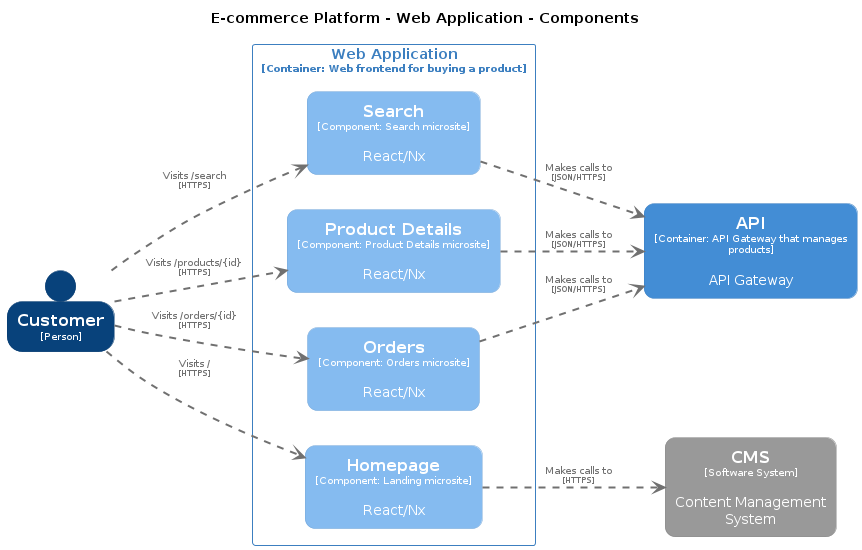
The PlantUML diagram docs/structurizr-Web-Application-Component.png in matteus6007/c4-models-structurizr, before a commit.
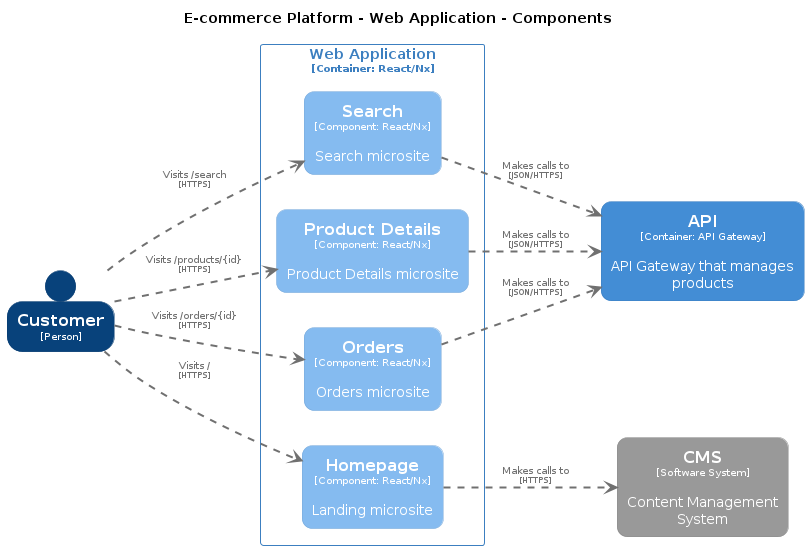
After the change.

The edit, as a diff of the source:
```diff
@@ -69,13 +69,13 @@
 
 rectangle "==CMS\n<size:10>[Software System]</size>\n\nContent Management System" <<CMS>> as CMS
 person "==Customer\n<size:10>[Person]</size>" <<Customer>> as Customer
-rectangle "==API\n<size:10>[Container: API Gateway that manages products]</size>\n\nAPI Gateway" <<EcommercePlatform.API>> as EcommercePlatform.API
+rectangle "==API\n<size:10>[Container: API Gateway]</size>\n\nAPI Gateway that manages products" <<EcommercePlatform.API>> as EcommercePlatform.API
 
-rectangle "Web Application\n<size:10>[Container: Web frontend for buying a product]</size>" <<EcommercePlatform.WebApplication>> {
-  rectangle "==Homepage\n<size:10>[Component: Landing microsite]</size>\n\nReact/Nx" <<EcommercePlatform.WebApplication.Homepage>> as EcommercePlatform.WebApplication.Homepage
-  rectangle "==Search\n<size:10>[Component: Search microsite]</size>\n\nReact/Nx" <<EcommercePlatform.WebApplication.Search>> as EcommercePlatform.WebApplication.Search
-  rectangle "==Product Details\n<size:10>[Component: Product Details microsite]</size>\n\nReact/Nx" <<EcommercePlatform.WebApplication.ProductDetails>> as EcommercePlatform.WebApplication.ProductDetails
-  rectangle "==Orders\n<size:10>[Component: Orders microsite]</size>\n\nReact/Nx" <<EcommercePlatform.WebApplication.Orders>> as EcommercePlatform.WebApplication.Orders
+rectangle "Web Application\n<size:10>[Container: React/Nx]</size>" <<EcommercePlatform.WebApplication>> {
+  rectangle "==Homepage\n<size:10>[Component: React/Nx]</size>\n\nLanding microsite" <<EcommercePlatform.WebApplication.Homepage>> as EcommercePlatform.WebApplication.Homepage
+  rectangle "==Search\n<size:10>[Component: React/Nx]</size>\n\nSearch microsite" <<EcommercePlatform.WebApplication.Search>> as EcommercePlatform.WebApplication.Search
+  rectangle "==Product Details\n<size:10>[Component: React/Nx]</size>\n\nProduct Details microsite" <<EcommercePlatform.WebApplication.ProductDetails>> as EcommercePlatform.WebApplication.ProductDetails
+  rectangle "==Orders\n<size:10>[Component: React/Nx]</size>\n\nOrders microsite" <<EcommercePlatform.WebApplication.Orders>> as EcommercePlatform.WebApplication.Orders
 }
 
 Customer .[#707070,thickness=2].> EcommercePlatform.WebApplication.Search : "<color:#707070>Visits /search\n<color:#707070><size:8>[HTTPS]</size>"
```
